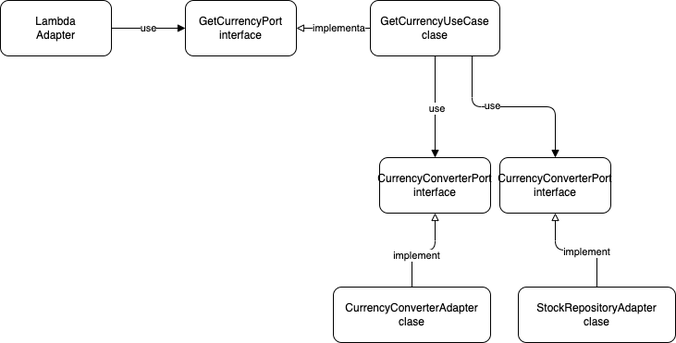
Above: diagram.drawio.png in oscardmg/aws-lambda-hexagonal-architecture (draw.io), before the change. Source tidied: cells renumbered, new cells last; positions are measured from the earlier drawing's top-left corner, leaving out a move shared by most shapes. Its diagram source:
```xml
<mxGraphModel>
  <root>
    <mxCell id="0" />
    <mxCell id="1" parent="0" />
    <mxCell id="2" value="use" style="edgeStyle=none;html=1;endArrow=block;endFill=1;" parent="1" edge="1" source="3" target="4">
      <mxGeometry relative="1" as="geometry" />
    </mxCell>
    <mxCell id="3" value="Lambda&lt;br&gt;Adapter" style="rounded=1;whiteSpace=wrap;html=1;" parent="1" vertex="1">
      <mxGeometry width="120" height="60" as="geometry" />
    </mxCell>
    <mxCell id="4" value="GetCurrencyPort&lt;br&gt;interface" style="rounded=1;whiteSpace=wrap;html=1;" parent="1" vertex="1">
      <mxGeometry x="200" width="120" height="60" as="geometry" />
    </mxCell>
    <mxCell id="5" style="edgeStyle=none;html=1;endArrow=block;endFill=0;" parent="1" edge="1" source="11" target="4">
      <mxGeometry relative="1" as="geometry" />
    </mxCell>
    <mxCell id="6" value="implementa" style="edgeLabel;html=1;align=center;verticalAlign=middle;" parent="5" vertex="1">
      <mxGeometry x="-0.12" y="-1" relative="1" as="geometry" />
    </mxCell>
    <mxCell id="7" style="edgeStyle=none;html=1;endArrow=block;endFill=1;" parent="1" edge="1" source="11" target="12">
      <mxGeometry relative="1" as="geometry" />
    </mxCell>
    <mxCell id="8" value="use" style="edgeLabel;html=1;align=center;verticalAlign=middle;" parent="7" vertex="1">
      <mxGeometry x="0.01" y="1" relative="1" as="geometry" />
    </mxCell>
    <mxCell id="9" style="edgeStyle=orthogonalEdgeStyle;html=1;entryX=0.5;entryY=0;entryDx=0;entryDy=0;endArrow=block;endFill=1;" parent="1" edge="1" source="11" target="13">
      <mxGeometry relative="1" as="geometry">
        <Array as="points">
          <mxPoint x="510" y="115" />
          <mxPoint x="600" y="115" />
        </Array>
      </mxGeometry>
    </mxCell>
    <mxCell id="10" value="use" style="edgeLabel;html=1;align=center;verticalAlign=middle;" parent="9" vertex="1">
      <mxGeometry x="-0.24" y="3" relative="1" as="geometry">
        <mxPoint y="1" as="offset" />
      </mxGeometry>
    </mxCell>
    <mxCell id="11" value="GetCurrencyUseCase&lt;br&gt;clase" style="rounded=1;whiteSpace=wrap;html=1;" parent="1" vertex="1">
      <mxGeometry x="400" width="140" height="60" as="geometry" />
    </mxCell>
    <mxCell id="12" value="CurrencyConverterPort&lt;br&gt;interface" style="whiteSpace=wrap;html=1;rounded=1;" parent="1" vertex="1">
      <mxGeometry x="410" y="170" width="120" height="60" as="geometry" />
    </mxCell>
    <mxCell id="13" value="CurrencyConverterPort&lt;br&gt;interface" style="whiteSpace=wrap;html=1;rounded=1;" parent="1" vertex="1">
      <mxGeometry x="540" y="170" width="120" height="60" as="geometry" />
    </mxCell>
    <mxCell id="14" style="edgeStyle=orthogonalEdgeStyle;html=1;endArrow=block;endFill=0;" parent="1" edge="1" source="16" target="12">
      <mxGeometry relative="1" as="geometry" />
    </mxCell>
    <mxCell id="15" value="implement" style="edgeLabel;html=1;align=center;verticalAlign=middle;" parent="14" vertex="1">
      <mxGeometry x="-0.32" y="-4" relative="1" as="geometry">
        <mxPoint y="1" as="offset" />
      </mxGeometry>
    </mxCell>
    <mxCell id="16" value="CurrencyConverterAdapter&lt;br&gt;clase" style="whiteSpace=wrap;html=1;rounded=1;" parent="1" vertex="1">
      <mxGeometry x="360" y="310" width="170" height="60" as="geometry" />
    </mxCell>
    <mxCell id="17" style="edgeStyle=orthogonalEdgeStyle;html=1;endArrow=block;endFill=0;" parent="1" edge="1" source="19" target="13">
      <mxGeometry relative="1" as="geometry" />
    </mxCell>
    <mxCell id="18" value="implement" style="edgeLabel;html=1;align=center;verticalAlign=middle;" parent="17" vertex="1">
      <mxGeometry x="-0.17" y="1" relative="1" as="geometry" />
    </mxCell>
    <mxCell id="19" value="StockRepositoryAdapter&lt;br&gt;clase" style="whiteSpace=wrap;html=1;rounded=1;" parent="1" vertex="1">
      <mxGeometry x="560" y="310" width="170" height="60" as="geometry" />
    </mxCell>
  </root>
</mxGraphModel>
```
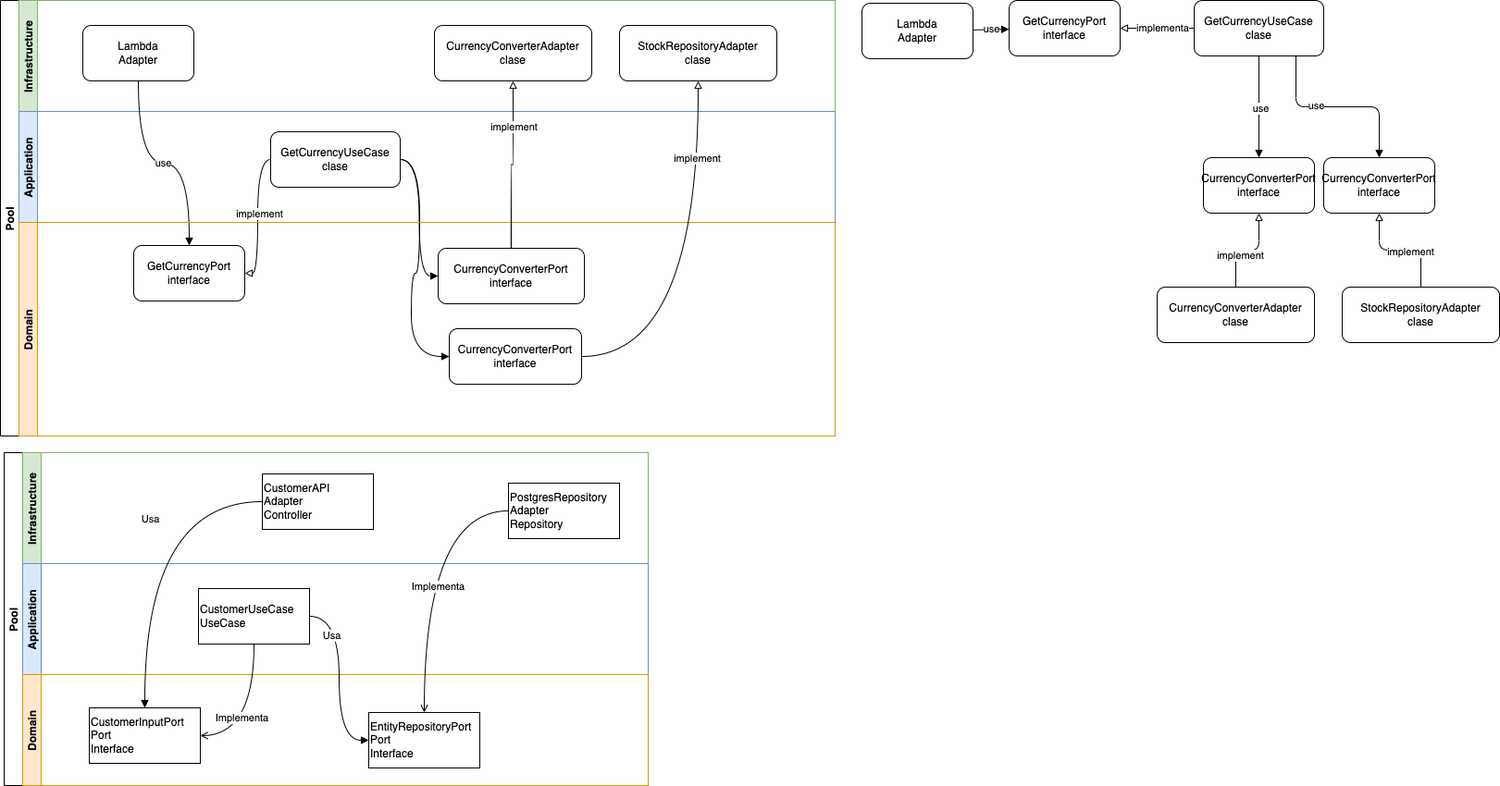
Later version of the same file.

Diff of the diagram source:
```diff
@@ -6,7 +6,7 @@
       <mxGeometry relative="1" as="geometry" />
     </mxCell>
     <mxCell id="3" value="Lambda&lt;br&gt;Adapter" style="rounded=1;whiteSpace=wrap;html=1;" parent="1" vertex="1">
-      <mxGeometry width="120" height="60" as="geometry" />
+      <mxGeometry x="41" y="3" width="120" height="60" as="geometry" />
     </mxCell>
     <mxCell id="4" value="GetCurrencyPort&lt;br&gt;interface" style="rounded=1;whiteSpace=wrap;html=1;" parent="1" vertex="1">
       <mxGeometry x="200" width="120" height="60" as="geometry" />
@@ -65,5 +65,126 @@
     <mxCell id="19" value="StockRepositoryAdapter&lt;br&gt;clase" style="whiteSpace=wrap;html=1;rounded=1;" parent="1" vertex="1">
       <mxGeometry x="560" y="310" width="170" height="60" as="geometry" />
     </mxCell>
+    <mxCell id="20" value="Pool" style="swimlane;horizontal=0;startSize=20;" parent="1" vertex="1">
+      <mxGeometry x="-890" width="902" height="471" as="geometry" />
+    </mxCell>
+    <mxCell id="21" value="Infrastructure" style="swimlane;startSize=20;horizontal=0;fillColor=#d5e8d4;strokeColor=#82b366;" parent="20" vertex="1">
+      <mxGeometry x="20" width="882" height="120" as="geometry" />
+    </mxCell>
+    <mxCell id="22" value="Lambda&lt;br&gt;Adapter" style="rounded=1;whiteSpace=wrap;html=1;" parent="21" vertex="1">
+      <mxGeometry x="69" y="27" width="120" height="60" as="geometry" />
+    </mxCell>
+    <mxCell id="23" value="CurrencyConverterAdapter&lt;br&gt;clase" style="whiteSpace=wrap;html=1;rounded=1;" parent="21" vertex="1">
+      <mxGeometry x="449" y="27" width="170" height="60" as="geometry" />
+    </mxCell>
+    <mxCell id="24" value="StockRepositoryAdapter&lt;br&gt;clase" style="whiteSpace=wrap;html=1;rounded=1;" parent="21" vertex="1">
+      <mxGeometry x="649" y="27" width="170" height="60" as="geometry" />
+    </mxCell>
+    <mxCell id="25" value="Application" style="swimlane;startSize=20;horizontal=0;fillColor=#dae8fc;strokeColor=#6c8ebf;" parent="20" vertex="1">
+      <mxGeometry x="20" y="120" width="882" height="120" as="geometry" />
+    </mxCell>
+    <mxCell id="26" value="GetCurrencyUseCase&lt;br&gt;clase" style="rounded=1;whiteSpace=wrap;html=1;" parent="25" vertex="1">
+      <mxGeometry x="272" y="22" width="140" height="60" as="geometry" />
+    </mxCell>
+    <mxCell id="27" style="edgeStyle=orthogonalEdgeStyle;html=1;entryX=0.5;entryY=0;entryDx=0;entryDy=0;curved=1;endArrow=block;endFill=1;" parent="20" edge="1" source="22" target="34">
+      <mxGeometry relative="1" as="geometry" />
+    </mxCell>
+    <mxCell id="28" value="use" style="edgeLabel;html=1;align=center;verticalAlign=middle;" parent="27" vertex="1">
+      <mxGeometry x="-0.01" y="1" relative="1" as="geometry" />
+    </mxCell>
+    <mxCell id="29" style="edgeStyle=orthogonalEdgeStyle;curved=1;html=1;entryX=1;entryY=0.5;entryDx=0;entryDy=0;endArrow=block;endFill=0;" parent="20" edge="1" source="26" target="34">
+      <mxGeometry relative="1" as="geometry" />
+    </mxCell>
+    <mxCell id="30" value="implement" style="edgeLabel;html=1;align=center;verticalAlign=middle;" parent="29" vertex="1">
+      <mxGeometry x="-0.04" y="1" relative="1" as="geometry" />
+    </mxCell>
+    <mxCell id="31" style="edgeStyle=orthogonalEdgeStyle;curved=1;html=1;endArrow=block;endFill=1;entryX=0;entryY=0.5;entryDx=0;entryDy=0;" parent="20" edge="1" source="26" target="35">
+      <mxGeometry relative="1" as="geometry" />
+    </mxCell>
+    <mxCell id="32" style="edgeStyle=orthogonalEdgeStyle;curved=1;html=1;endArrow=block;endFill=1;entryX=0;entryY=0.5;entryDx=0;entryDy=0;exitX=1;exitY=0.5;exitDx=0;exitDy=0;" parent="20" edge="1" source="26" target="36">
+      <mxGeometry relative="1" as="geometry">
+        <Array as="points">
+          <mxPoint x="453" y="172" />
+          <mxPoint x="453" y="295" />
+          <mxPoint x="444" y="295" />
+          <mxPoint x="444" y="385" />
+        </Array>
+      </mxGeometry>
+    </mxCell>
+    <mxCell id="33" value="Domain" style="swimlane;startSize=20;horizontal=0;fillColor=#ffe6cc;strokeColor=#d79b00;" parent="20" vertex="1">
+      <mxGeometry x="20" y="240" width="882" height="231" as="geometry" />
+    </mxCell>
+    <mxCell id="34" value="GetCurrencyPort&lt;br&gt;interface" style="rounded=1;whiteSpace=wrap;html=1;" parent="33" vertex="1">
+      <mxGeometry x="124" y="25" width="120" height="60" as="geometry" />
+    </mxCell>
+    <mxCell id="35" value="CurrencyConverterPort&lt;br&gt;interface" style="whiteSpace=wrap;html=1;rounded=1;" parent="33" vertex="1">
+      <mxGeometry x="453" y="28" width="158" height="60" as="geometry" />
+    </mxCell>
+    <mxCell id="36" value="CurrencyConverterPort&lt;br&gt;interface" style="whiteSpace=wrap;html=1;rounded=1;" parent="33" vertex="1">
+      <mxGeometry x="465" y="115" width="143" height="60" as="geometry" />
+    </mxCell>
+    <mxCell id="37" style="edgeStyle=orthogonalEdgeStyle;curved=1;html=1;endArrow=block;endFill=0;" parent="20" edge="1" source="35" target="23">
+      <mxGeometry relative="1" as="geometry" />
+    </mxCell>
+    <mxCell id="38" value="implement" style="edgeLabel;html=1;align=center;verticalAlign=middle;" parent="37" vertex="1">
+      <mxGeometry x="0.46" relative="1" as="geometry" />
+    </mxCell>
+    <mxCell id="39" style="edgeStyle=orthogonalEdgeStyle;curved=1;html=1;entryX=0.5;entryY=1;entryDx=0;entryDy=0;endArrow=block;endFill=0;" parent="20" edge="1" source="36" target="24">
+      <mxGeometry relative="1" as="geometry" />
+    </mxCell>
+    <mxCell id="40" value="implement" style="edgeLabel;html=1;align=center;verticalAlign=middle;" parent="39" vertex="1">
+      <mxGeometry x="0.61" y="2" relative="1" as="geometry" />
+    </mxCell>
+    <mxCell id="41" value="Pool" style="swimlane;horizontal=0;startSize=20;" parent="1" vertex="1">
+      <mxGeometry x="-886" y="489" width="696" height="360" as="geometry" />
+    </mxCell>
+    <mxCell id="42" value="Infrastructure" style="swimlane;startSize=20;horizontal=0;fillColor=#d5e8d4;strokeColor=#82b366;" parent="41" vertex="1">
+      <mxGeometry x="20" width="676" height="120" as="geometry" />
+    </mxCell>
+    <mxCell id="43" value="CustomerAPI&lt;br&gt;Adapter&lt;br&gt;Controller" style="whiteSpace=wrap;html=1;rounded=0;align=left;" parent="42" vertex="1">
+      <mxGeometry x="259" y="23" width="120" height="60" as="geometry" />
+    </mxCell>
+    <mxCell id="44" value="PostgresRepository&lt;br&gt;Adapter&lt;br&gt;Repository" style="whiteSpace=wrap;html=1;rounded=0;align=left;" parent="42" vertex="1">
+      <mxGeometry x="525" y="33" width="120" height="60" as="geometry" />
+    </mxCell>
+    <mxCell id="45" value="Application" style="swimlane;startSize=20;horizontal=0;fillColor=#dae8fc;strokeColor=#6c8ebf;" parent="41" vertex="1">
+      <mxGeometry x="20" y="120" width="676" height="120" as="geometry" />
+    </mxCell>
+    <mxCell id="46" value="CustomerUseCase&lt;br&gt;UseCase" style="whiteSpace=wrap;html=1;rounded=0;align=left;" parent="45" vertex="1">
+      <mxGeometry x="190" y="27" width="120" height="60" as="geometry" />
+    </mxCell>
+    <mxCell id="47" value="Domain" style="swimlane;startSize=20;horizontal=0;fillColor=#ffe6cc;strokeColor=#d79b00;" parent="41" vertex="1">
+      <mxGeometry x="20" y="240" width="676" height="120" as="geometry" />
+    </mxCell>
+    <mxCell id="48" value="CustomerInputPort&lt;br&gt;Port&lt;br&gt;Interface" style="whiteSpace=wrap;html=1;rounded=0;align=left;" parent="47" vertex="1">
+      <mxGeometry x="72" y="36" width="120" height="60" as="geometry" />
+    </mxCell>
+    <mxCell id="49" value="EntityRepositoryPort&lt;br&gt;Port&lt;br&gt;Interface" style="whiteSpace=wrap;html=1;rounded=0;align=left;" parent="47" vertex="1">
+      <mxGeometry x="374" y="41" width="120" height="60" as="geometry" />
+    </mxCell>
+    <mxCell id="50" style="edgeStyle=orthogonalEdgeStyle;curved=1;rounded=0;jettySize=auto;html=1;endArrow=block;endFill=1;" parent="41" edge="1" source="43" target="48">
+      <mxGeometry relative="1" as="geometry" />
+    </mxCell>
+    <mxCell id="51" value="Usa" style="edgeLabel;html=1;align=center;verticalAlign=middle;" parent="50" vertex="1">
+      <mxGeometry x="-0.17" y="5" relative="1" as="geometry" />
+    </mxCell>
+    <mxCell id="52" style="edgeStyle=orthogonalEdgeStyle;curved=1;rounded=0;jettySize=auto;html=1;entryX=1;entryY=0.5;entryDx=0;entryDy=0;endArrow=open;endFill=0;" parent="41" edge="1" source="46" target="48">
+      <mxGeometry relative="1" as="geometry" />
+    </mxCell>
+    <mxCell id="53" value="Implementa" style="edgeLabel;html=1;align=center;verticalAlign=middle;" parent="52" vertex="1">
+      <mxGeometry x="0.01" y="-14" relative="1" as="geometry" />
+    </mxCell>
+    <mxCell id="54" style="edgeStyle=orthogonalEdgeStyle;curved=1;rounded=0;jettySize=auto;html=1;entryX=0;entryY=0.5;entryDx=0;entryDy=0;endArrow=block;endFill=1;exitX=1;exitY=0.5;exitDx=0;exitDy=0;" parent="41" edge="1" source="46" target="49">
+      <mxGeometry relative="1" as="geometry" />
+    </mxCell>
+    <mxCell id="55" value="Usa" style="edgeLabel;html=1;align=center;verticalAlign=middle;" parent="54" vertex="1">
+      <mxGeometry x="-0.47" y="-9" relative="1" as="geometry" />
+    </mxCell>
+    <mxCell id="56" style="edgeStyle=orthogonalEdgeStyle;curved=1;rounded=0;jettySize=auto;html=1;endArrow=open;endFill=0;" parent="41" edge="1" source="44" target="49">
+      <mxGeometry relative="1" as="geometry" />
+    </mxCell>
+    <mxCell id="57" value="Implementa" style="edgeLabel;html=1;align=center;verticalAlign=middle;" parent="56" vertex="1">
+      <mxGeometry x="0.11" y="14" relative="1" as="geometry" />
+    </mxCell>
   </root>
 </mxGraphModel>
```
